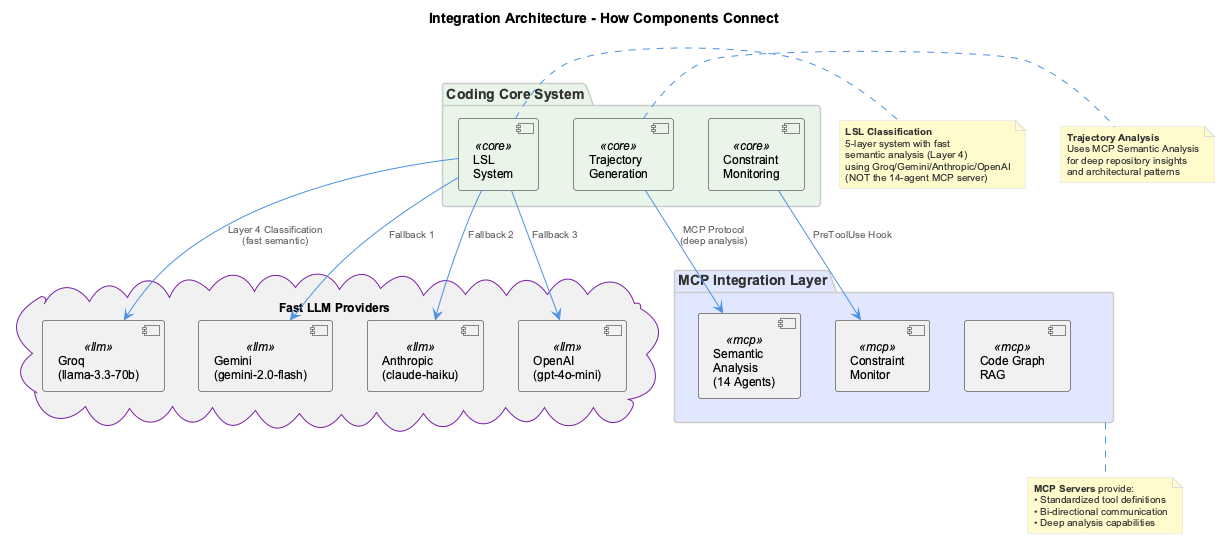
fwornle/coding keeps this PlantUML diagram as docs-content/images/integration-architecture.png. Above is the earlier version. Its diagram source:
```plantuml
@startuml
!include _standard-style.puml

title Integration Architecture - How Components Connect

top to bottom direction

package "Coding Core System" as core #E8F5E8 {
  [LSL\nSystem] as lsl <<core>>
  [Trajectory\nGeneration] as trajectory <<core>>
  [Constraint\nMonitoring] as constraints <<core>>
}

package "MCP Integration Layer" as mcp #E0E7FF {
  [Semantic\nAnalysis\n(14 Agents)] as semantic <<mcp>>
  [Constraint\nMonitor] as monitor <<mcp>>
  [Code Graph\nRAG] as code_graph <<mcp>>
}

cloud "Fast LLM Providers" as llm #F0F0F0 {
  [Groq\n(llama-3.3-70b)] as groq <<llm>>
  [Gemini\n(gemini-2.0-flash)] as gemini <<llm>>
  [Anthropic\n(claude-haiku)] as anthropic <<llm>>
  [OpenAI\n(gpt-4o-mini)] as openai <<llm>>
}

lsl -down-> groq : Layer 4 Classification\n(fast semantic)
lsl -down-> gemini : Fallback 1
lsl -down-> anthropic : Fallback 2
lsl -down-> openai : Fallback 3
trajectory -down-> semantic : MCP Protocol\n(deep analysis)
constraints -down-> monitor : PreToolUse Hook

note bottom of mcp
  **MCP Servers** provide:
  • Standardized tool definitions
  • Bi-directional communication
  • Deep analysis capabilities
end note

note right of lsl
  **LSL Classification**
  5-layer system with fast
  semantic analysis (Layer 4)
  using Groq/Gemini/Anthropic/OpenAI
  (NOT the 14-agent MCP server)
end note

note right of trajectory
  **Trajectory Analysis**
  Uses MCP Semantic Analysis
  for deep repository insights
  and architectural patterns
end note

@enduml
```
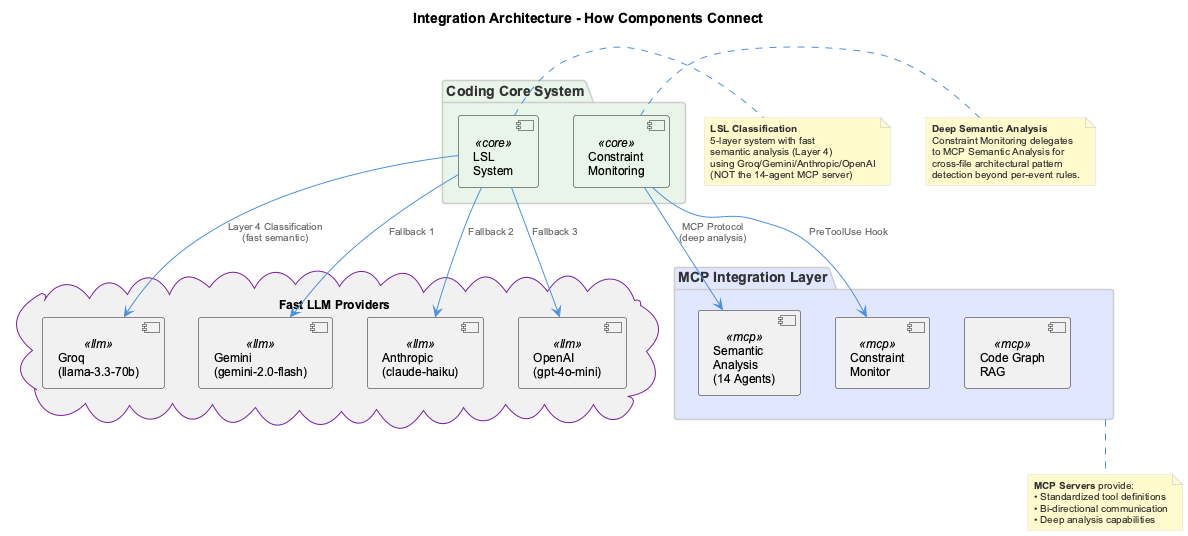
After the change.

The edit, as a diff of the source:
```diff
@@ -7,7 +7,6 @@
 
 package "Coding Core System" as core #E8F5E8 {
   [LSL\nSystem] as lsl <<core>>
-  [Trajectory\nGeneration] as trajectory <<core>>
   [Constraint\nMonitoring] as constraints <<core>>
 }
 
@@ -28,8 +27,8 @@
 lsl -down-> gemini : Fallback 1
 lsl -down-> anthropic : Fallback 2
 lsl -down-> openai : Fallback 3
-trajectory -down-> semantic : MCP Protocol\n(deep analysis)
 constraints -down-> monitor : PreToolUse Hook
+constraints -down-> semantic : MCP Protocol\n(deep analysis)
 
 note bottom of mcp
   **MCP Servers** provide:
@@ -46,11 +45,12 @@
   (NOT the 14-agent MCP server)
 end note
 
-note right of trajectory
-  **Trajectory Analysis**
-  Uses MCP Semantic Analysis
-  for deep repository insights
-  and architectural patterns
+note right of constraints
+  **Deep Semantic Analysis**
+  Constraint Monitoring delegates
+  to MCP Semantic Analysis for
+  cross-file architectural pattern
+  detection beyond per-event rules.
 end note
 
 @enduml
```
